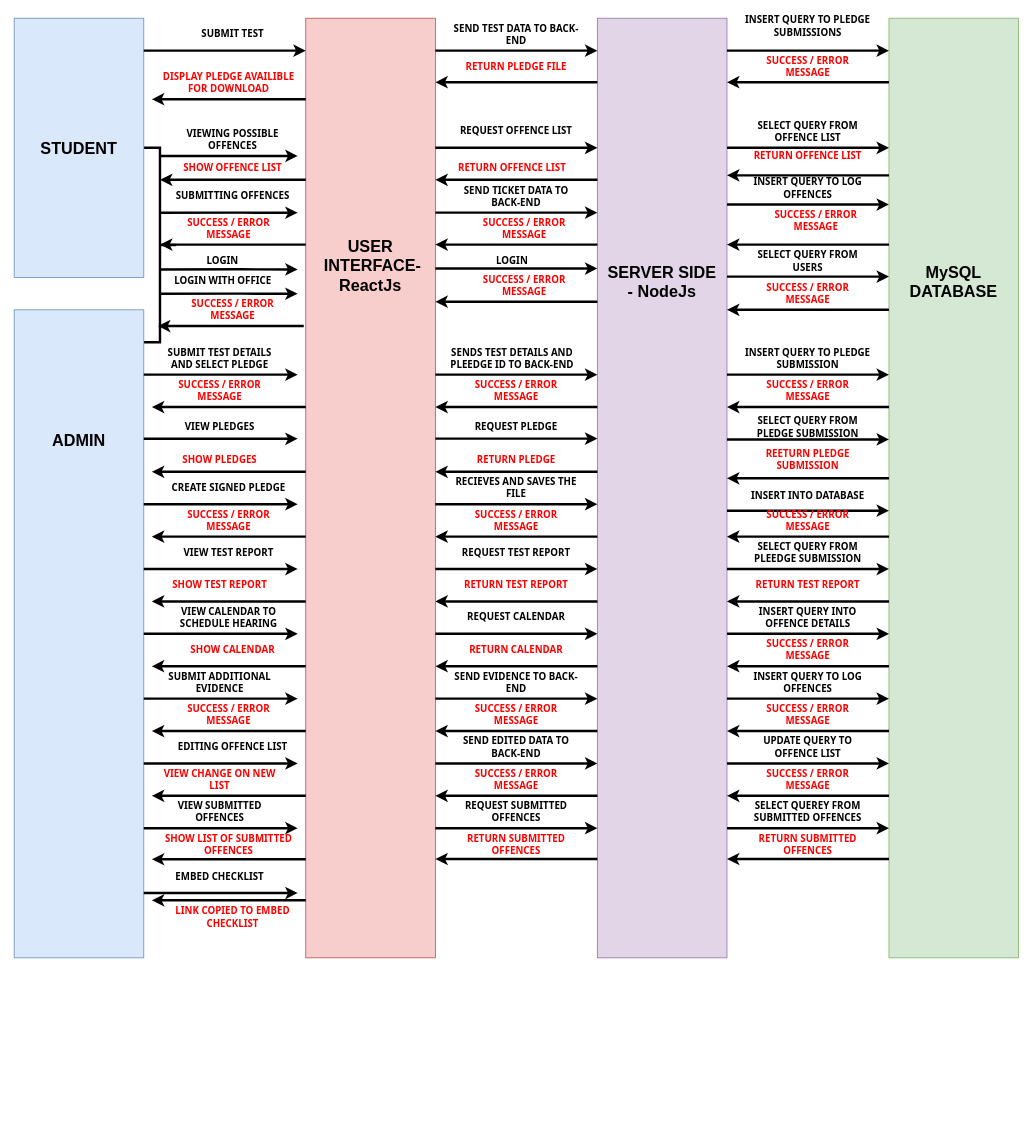
Above: page "HighArchitecture" (1 of 6) of ArchitectureDiagram.drawio in OOPS-2022/student_support_system (draw.io), before the change. Source tidied: cells renumbered, new cells numbered last; positions are measured from the earlier drawing's top-left corner, leaving out a move shared by most shapes. Both pictures are drawn from the tidied source at 81%, with x=0, y=0 at pixel (14, 18).
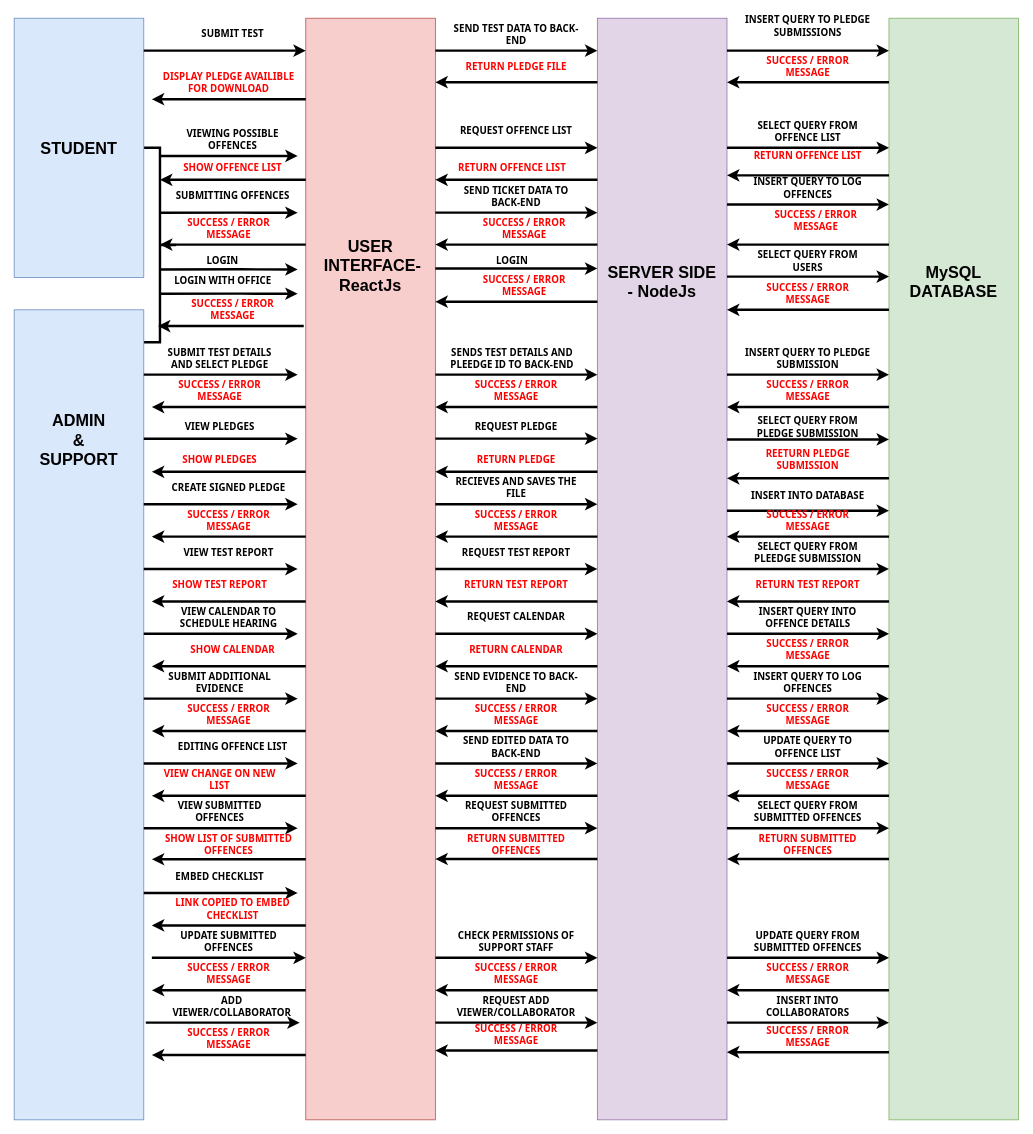
Above is the later version.

Diff of the diagram source:
```diff
@@
     <mxCell id="3" style="rounded=0;whiteSpace=wrap;html=1;fontFamily=Helvetica;fontSize=20;fillColor=#f8cecc;strokeColor=#b85450;" parent="1" vertex="1">
-      <mxGeometry x="360" width="160" height="1160" as="geometry" />
+      <mxGeometry x="360" width="160" height="1360" as="geometry" />
     </mxCell>
     <mxCell id="4" style="rounded=0;whiteSpace=wrap;html=1;fontFamily=Helvetica;fontSize=20;fillColor=#e1d5e7;strokeColor=#9673a6;" parent="1" vertex="1">
-      <mxGeometry x="720" width="160" height="1160" as="geometry" />
+      <mxGeometry x="720" width="160" height="1360" as="geometry" />
     </mxCell>
     <mxCell id="5" style="rounded=0;whiteSpace=wrap;html=1;fontFamily=Helvetica;fontSize=20;fillColor=#d5e8d4;strokeColor=#82b366;" parent="1" vertex="1">
-      <mxGeometry x="1080" width="160" height="1160" as="geometry" />
+      <mxGeometry x="1080" width="160" height="1360" as="geometry" />
     </mxCell>
@@
     <mxCell id="13" style="rounded=0;whiteSpace=wrap;html=1;fontFamily=Tahoma;fontSize=12;fillColor=#dae8fc;strokeColor=#6c8ebf;" parent="1" vertex="1">
-      <mxGeometry y="360" width="160" height="800" as="geometry" />
+      <mxGeometry y="360" width="160" height="1000" as="geometry" />
     </mxCell>
-    <mxCell id="14" value="ADMIN" style="text;html=1;strokeColor=none;fillColor=none;align=center;verticalAlign=middle;whiteSpace=wrap;rounded=0;fontStyle=1;fontFamily=Helvetica;fontSize=20;" parent="1" vertex="1">
+    <mxCell id="14" value="ADMIN&lt;br&gt;&amp;amp;&lt;br&gt;SUPPORT" style="text;html=1;strokeColor=none;fillColor=none;align=center;verticalAlign=middle;whiteSpace=wrap;rounded=0;fontStyle=1;fontFamily=Helvetica;fontSize=20;" parent="1" vertex="1">
       <mxGeometry x="50" y="505" width="60" height="30" as="geometry" />
     </mxCell>
@@
-    <mxCell id="142" value="SELECT QUEREY FROM SUBMITTED OFFENCES" style="text;html=1;strokeColor=none;fillColor=none;align=center;verticalAlign=middle;whiteSpace=wrap;rounded=0;fontFamily=Tahoma;fontSize=12;fontStyle=1;" parent="1" vertex="1">
+    <mxCell id="142" value="SELECT QUERY FROM SUBMITTED OFFENCES" style="text;html=1;strokeColor=none;fillColor=none;align=center;verticalAlign=middle;whiteSpace=wrap;rounded=0;fontFamily=Tahoma;fontSize=12;fontStyle=1;" parent="1" vertex="1">
       <mxGeometry x="900" y="970" width="160" height="20" as="geometry" />
     </mxCell>
@@
     <mxCell id="147" style="endArrow=classic;html=1;rounded=0;fontFamily=Helvetica;fontSize=20;strokeWidth=3;" parent="1" edge="1">
       <mxGeometry relative="1" as="geometry">
-        <mxPoint x="360" y="1089" as="sourcePoint" />
-        <mxPoint x="170" y="1089" as="targetPoint" />
+        <mxPoint x="360" y="1120" as="sourcePoint" />
+        <mxPoint x="170" y="1120" as="targetPoint" />
       </mxGeometry>
     </mxCell>
     <mxCell id="148" value="LINK COPIED TO EMBED CHECKLIST" style="text;html=1;strokeColor=none;fillColor=none;align=center;verticalAlign=middle;whiteSpace=wrap;rounded=0;fontFamily=Tahoma;fontSize=12;fontStyle=1;fontColor=#FF0000;" parent="1" vertex="1">
-      <mxGeometry x="190" y="1100" width="160" height="20" as="geometry" />
+      <mxGeometry x="190" y="1090" width="160" height="20" as="geometry" />
     </mxCell>
@@
+    <mxCell id="163" style="endArrow=classic;html=1;rounded=0;fontFamily=Helvetica;fontSize=20;strokeWidth=3;" parent="1" edge="1">
+      <mxGeometry relative="1" as="geometry">
+        <mxPoint x="170" y="1160" as="sourcePoint" />
+        <mxPoint x="360" y="1160" as="targetPoint" />
+      </mxGeometry>
+    </mxCell>
+    <mxCell id="164" value="UPDATE SUBMITTED OFFENCES" style="text;html=1;strokeColor=none;fillColor=none;align=center;verticalAlign=middle;whiteSpace=wrap;rounded=0;fontFamily=Tahoma;fontSize=12;fontStyle=1;" parent="1" vertex="1">
+      <mxGeometry x="185" y="1130" width="160" height="20" as="geometry" />
+    </mxCell>
+    <mxCell id="165" style="endArrow=classic;html=1;rounded=0;fontFamily=Helvetica;fontSize=20;strokeWidth=3;" parent="1" edge="1">
+      <mxGeometry relative="1" as="geometry">
+        <mxPoint x="360" y="1200" as="sourcePoint" />
+        <mxPoint x="170" y="1200" as="targetPoint" />
+      </mxGeometry>
+    </mxCell>
+    <mxCell id="166" value="SUCCESS / ERROR MESSAGE" style="text;html=1;strokeColor=none;fillColor=none;align=center;verticalAlign=middle;whiteSpace=wrap;rounded=0;fontFamily=Tahoma;fontSize=12;fontStyle=1;fontColor=#FF0000;" parent="1" vertex="1">
+      <mxGeometry x="185" y="1170" width="160" height="20" as="geometry" />
+    </mxCell>
+    <mxCell id="167" style="endArrow=classic;html=1;rounded=0;fontFamily=Helvetica;fontSize=20;strokeWidth=3;" parent="1" edge="1">
+      <mxGeometry relative="1" as="geometry">
+        <mxPoint x="520" y="1160" as="sourcePoint" />
+        <mxPoint x="720" y="1160" as="targetPoint" />
+      </mxGeometry>
+    </mxCell>
+    <mxCell id="168" value="CHECK PERMISSIONS OF SUPPORT STAFF" style="text;html=1;strokeColor=none;fillColor=none;align=center;verticalAlign=middle;whiteSpace=wrap;rounded=0;fontFamily=Tahoma;fontSize=12;fontStyle=1;" parent="1" vertex="1">
+      <mxGeometry x="540" y="1130" width="160" height="20" as="geometry" />
+    </mxCell>
+    <mxCell id="169" style="endArrow=classic;html=1;rounded=0;fontFamily=Helvetica;fontSize=20;strokeWidth=3;" parent="1" edge="1">
+      <mxGeometry relative="1" as="geometry">
+        <mxPoint x="720" y="1200" as="sourcePoint" />
+        <mxPoint x="520" y="1200" as="targetPoint" />
+      </mxGeometry>
+    </mxCell>
+    <mxCell id="170" value="SUCCESS / ERROR MESSAGE" style="text;html=1;strokeColor=none;fillColor=none;align=center;verticalAlign=middle;whiteSpace=wrap;rounded=0;fontFamily=Tahoma;fontSize=12;fontStyle=1;fontColor=#FF0000;" parent="1" vertex="1">
+      <mxGeometry x="540" y="1170" width="160" height="20" as="geometry" />
+    </mxCell>
+    <mxCell id="171" style="endArrow=classic;html=1;rounded=0;fontFamily=Helvetica;fontSize=20;strokeWidth=3;" parent="1" edge="1">
+      <mxGeometry relative="1" as="geometry">
+        <mxPoint x="880" y="1160" as="sourcePoint" />
+        <mxPoint x="1080" y="1160" as="targetPoint" />
+      </mxGeometry>
+    </mxCell>
+    <mxCell id="172" value="UPDATE QUERY FROM SUBMITTED OFFENCES" style="text;html=1;strokeColor=none;fillColor=none;align=center;verticalAlign=middle;whiteSpace=wrap;rounded=0;fontFamily=Tahoma;fontSize=12;fontStyle=1;" parent="1" vertex="1">
+      <mxGeometry x="900" y="1130" width="160" height="20" as="geometry" />
+    </mxCell>
+    <mxCell id="173" style="endArrow=classic;html=1;rounded=0;fontFamily=Helvetica;fontSize=20;strokeWidth=3;" parent="1" edge="1">
+      <mxGeometry relative="1" as="geometry">
+        <mxPoint x="1080" y="1200" as="sourcePoint" />
+        <mxPoint x="880" y="1200" as="targetPoint" />
+      </mxGeometry>
+    </mxCell>
+    <mxCell id="174" value="SUCCESS / ERROR MESSAGE" style="text;html=1;strokeColor=none;fillColor=none;align=center;verticalAlign=middle;whiteSpace=wrap;rounded=0;fontFamily=Tahoma;fontSize=12;fontStyle=1;fontColor=#FF0000;" parent="1" vertex="1">
+      <mxGeometry x="900" y="1170" width="160" height="20" as="geometry" />
+    </mxCell>
+    <mxCell id="175" style="endArrow=classic;html=1;rounded=0;fontFamily=Helvetica;fontSize=20;strokeWidth=3;" parent="1" edge="1">
+      <mxGeometry relative="1" as="geometry">
+        <mxPoint x="162.5" y="1240" as="sourcePoint" />
+        <mxPoint x="352.5" y="1240" as="targetPoint" />
+      </mxGeometry>
+    </mxCell>
+    <mxCell id="176" value="ADD VIEWER/COLLABORATOR" style="text;html=1;strokeColor=none;fillColor=none;align=center;verticalAlign=middle;whiteSpace=wrap;rounded=0;fontFamily=Tahoma;fontSize=12;fontStyle=1;" parent="1" vertex="1">
+      <mxGeometry x="189" y="1210" width="160" height="20" as="geometry" />
+    </mxCell>
+    <mxCell id="177" style="endArrow=classic;html=1;rounded=0;fontFamily=Helvetica;fontSize=20;strokeWidth=3;" parent="1" edge="1">
+      <mxGeometry relative="1" as="geometry">
+        <mxPoint x="360" y="1280" as="sourcePoint" />
+        <mxPoint x="170" y="1280" as="targetPoint" />
+      </mxGeometry>
+    </mxCell>
+    <mxCell id="178" value="SUCCESS / ERROR MESSAGE" style="text;html=1;strokeColor=none;fillColor=none;align=center;verticalAlign=middle;whiteSpace=wrap;rounded=0;fontFamily=Tahoma;fontSize=12;fontStyle=1;fontColor=#FF0000;" parent="1" vertex="1">
+      <mxGeometry x="185" y="1250" width="160" height="20" as="geometry" />
+    </mxCell>
+    <mxCell id="179" style="endArrow=classic;html=1;rounded=0;fontFamily=Helvetica;fontSize=20;strokeWidth=3;" parent="1" edge="1">
+      <mxGeometry relative="1" as="geometry">
+        <mxPoint x="520" y="1240" as="sourcePoint" />
+        <mxPoint x="720" y="1240" as="targetPoint" />
+      </mxGeometry>
+    </mxCell>
+    <mxCell id="180" value="REQUEST ADD VIEWER/COLLABORATOR" style="text;html=1;strokeColor=none;fillColor=none;align=center;verticalAlign=middle;whiteSpace=wrap;rounded=0;fontFamily=Tahoma;fontSize=12;fontStyle=1;" parent="1" vertex="1">
+      <mxGeometry x="540" y="1210" width="160" height="20" as="geometry" />
+    </mxCell>
+    <mxCell id="181" style="endArrow=classic;html=1;rounded=0;fontFamily=Helvetica;fontSize=20;strokeWidth=3;" parent="1" edge="1">
+      <mxGeometry relative="1" as="geometry">
+        <mxPoint x="720" y="1274.5" as="sourcePoint" />
+        <mxPoint x="520" y="1274.5" as="targetPoint" />
+      </mxGeometry>
+    </mxCell>
+    <mxCell id="182" value="SUCCESS / ERROR MESSAGE" style="text;html=1;strokeColor=none;fillColor=none;align=center;verticalAlign=middle;whiteSpace=wrap;rounded=0;fontFamily=Tahoma;fontSize=12;fontStyle=1;fontColor=#FF0000;" parent="1" vertex="1">
+      <mxGeometry x="540" y="1244.5" width="160" height="20" as="geometry" />
+    </mxCell>
+    <mxCell id="183" style="endArrow=classic;html=1;rounded=0;fontFamily=Helvetica;fontSize=20;strokeWidth=3;" parent="1" edge="1">
+      <mxGeometry relative="1" as="geometry">
+        <mxPoint x="880" y="1240" as="sourcePoint" />
+        <mxPoint x="1080" y="1240" as="targetPoint" />
+      </mxGeometry>
+    </mxCell>
+    <mxCell id="184" value="INSERT INTO COLLABORATORS" style="text;html=1;strokeColor=none;fillColor=none;align=center;verticalAlign=middle;whiteSpace=wrap;rounded=0;fontFamily=Tahoma;fontSize=12;fontStyle=1;" parent="1" vertex="1">
+      <mxGeometry x="900" y="1210" width="160" height="20" as="geometry" />
+    </mxCell>
+    <mxCell id="185" style="endArrow=classic;html=1;rounded=0;fontFamily=Helvetica;fontSize=20;strokeWidth=3;" parent="1" edge="1">
+      <mxGeometry relative="1" as="geometry">
+        <mxPoint x="1080" y="1276.5" as="sourcePoint" />
+        <mxPoint x="880" y="1276.5" as="targetPoint" />
+      </mxGeometry>
+    </mxCell>
+    <mxCell id="186" value="SUCCESS / ERROR MESSAGE" style="text;html=1;strokeColor=none;fillColor=none;align=center;verticalAlign=middle;whiteSpace=wrap;rounded=0;fontFamily=Tahoma;fontSize=12;fontStyle=1;fontColor=#FF0000;" parent="1" vertex="1">
+      <mxGeometry x="900" y="1246.5" width="160" height="20" as="geometry" />
+    </mxCell>
```
